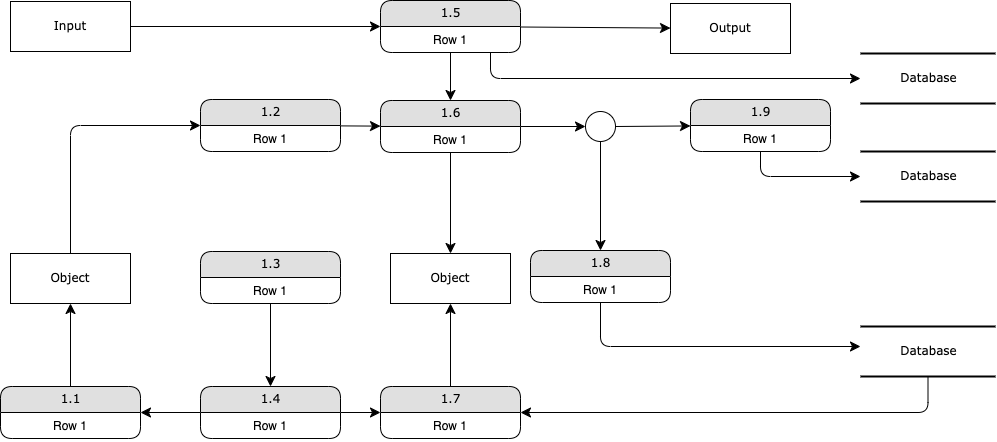
This is Documentation/DFD.drawio.png from PerryDonahue/ISQA8810-001, a draw.io export, as it was before one commit. Source tidied: cells renumbered, new cells last; positions are measured from the earlier drawing's top-left corner, leaving out a move shared by most shapes.
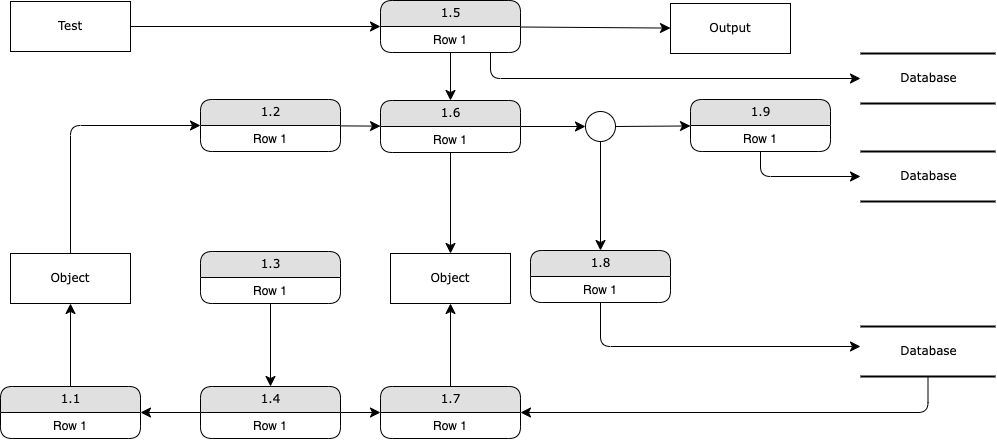
After the change.

Diff of the diagram source:
```diff
@@ -14,7 +14,7 @@
     <mxCell id="5" style="edgeStyle=none;html=1;labelBackgroundColor=none;startFill=0;startSize=8;endFill=1;endSize=8;fontFamily=Verdana;fontSize=12;" parent="1" edge="1" source="6" target="10">
       <mxGeometry relative="1" as="geometry" />
     </mxCell>
-    <mxCell id="6" value="Input" style="whiteSpace=wrap;html=1;rounded=0;shadow=0;comic=0;labelBackgroundColor=none;strokeWidth=1;fontFamily=Verdana;fontSize=12;align=center;" parent="1" vertex="1">
+    <mxCell id="6" value="Test" style="whiteSpace=wrap;html=1;rounded=0;shadow=0;comic=0;labelBackgroundColor=none;strokeWidth=1;fontFamily=Verdana;fontSize=12;align=center;" parent="1" vertex="1">
       <mxGeometry x="10" y="1" width="120" height="50" as="geometry" />
     </mxCell>
     <mxCell id="7" style="edgeStyle=none;html=1;labelBackgroundColor=none;startFill=0;startSize=8;endFill=1;endSize=8;fontFamily=Verdana;fontSize=12;" parent="1" edge="1" source="10" target="4">
```
